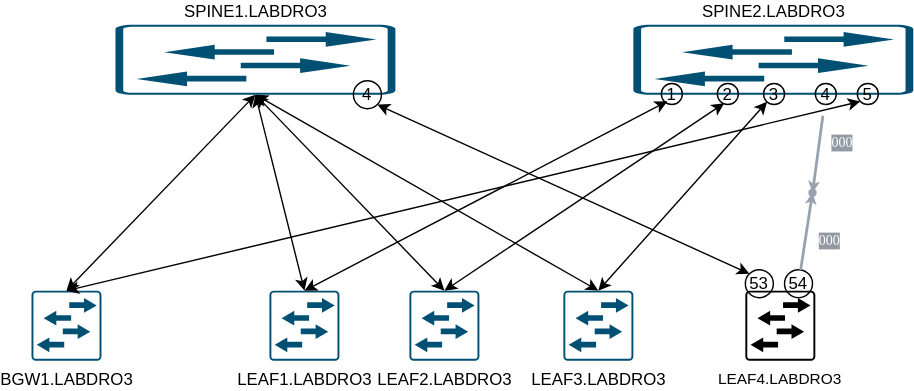
Before: distri_lab.svg, a diagram exported from draw.io (thedenman/flow). Source tidied: cells renumbered, new cells last; positions are measured from the earlier drawing's top-left corner, leaving out a move shared by most shapes.
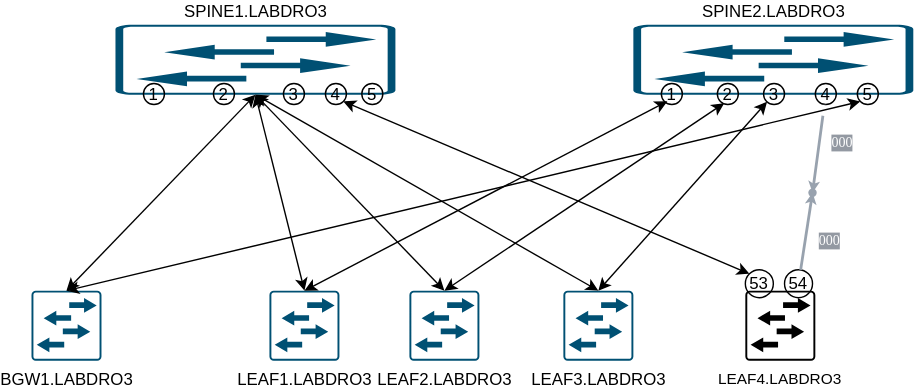
The same diagram one commit later.

Diff of the diagram source:
```diff
@@ -64,7 +64,7 @@
       <mxGeometry x="560" y="42" width="15" height="15" as="geometry" />
     </mxCell>
     <mxCell id="21" value="4" style="ellipse;whiteSpace=wrap;html=1;fillColor=none;strokeColor=default;" parent="1" vertex="1">
-      <mxGeometry x="230" y="40" width="20" height="20" as="geometry" />
+      <mxGeometry x="210" y="42" width="15" height="15" as="geometry" />
     </mxCell>
     <mxCell id="22" value="000" style="rounded=0;html=1;startSize=6;endArrow=classic;endFill=1;endSize=2;fontSize=10;strokeColor=#98A2AE;fontColor=#FFFFFF;textOpacity=60;labelBackgroundColor=#4D5766;jumpStyle=gap;strokeWidth=2;fontFamily=Google Sans;fontSource=https%3A%2F%2Ffonts.googleapis.com%2Fcss%3Ffamily%3DGoogle%2BSans;" parent="1" edge="1" source="20" target="24">
       <mxGeometry x="-0.22" y="16" relative="1" as="geometry" />
@@ -87,5 +87,17 @@
     <mxCell id="28" value="5" style="ellipse;whiteSpace=wrap;html=1;fillColor=none;strokeColor=default;" parent="1" vertex="1">
       <mxGeometry x="590" y="42" width="15" height="15" as="geometry" />
     </mxCell>
+    <mxCell id="29" value="5" style="ellipse;whiteSpace=wrap;html=1;fillColor=none;strokeColor=default;" parent="1" vertex="1">
+      <mxGeometry x="236" y="42" width="15" height="15" as="geometry" />
+    </mxCell>
+    <mxCell id="30" value="3" style="ellipse;whiteSpace=wrap;html=1;fillColor=none;strokeColor=default;" parent="1" vertex="1">
+      <mxGeometry x="180" y="42" width="15" height="15" as="geometry" />
+    </mxCell>
+    <mxCell id="31" value="2" style="ellipse;whiteSpace=wrap;html=1;fillColor=none;strokeColor=default;" parent="1" vertex="1">
+      <mxGeometry x="130" y="42" width="15" height="15" as="geometry" />
+    </mxCell>
+    <mxCell id="32" value="1" style="ellipse;whiteSpace=wrap;html=1;fillColor=none;strokeColor=default;" parent="1" vertex="1">
+      <mxGeometry x="80" y="42" width="15" height="15" as="geometry" />
+    </mxCell>
   </root>
 </mxGraphModel>
```
